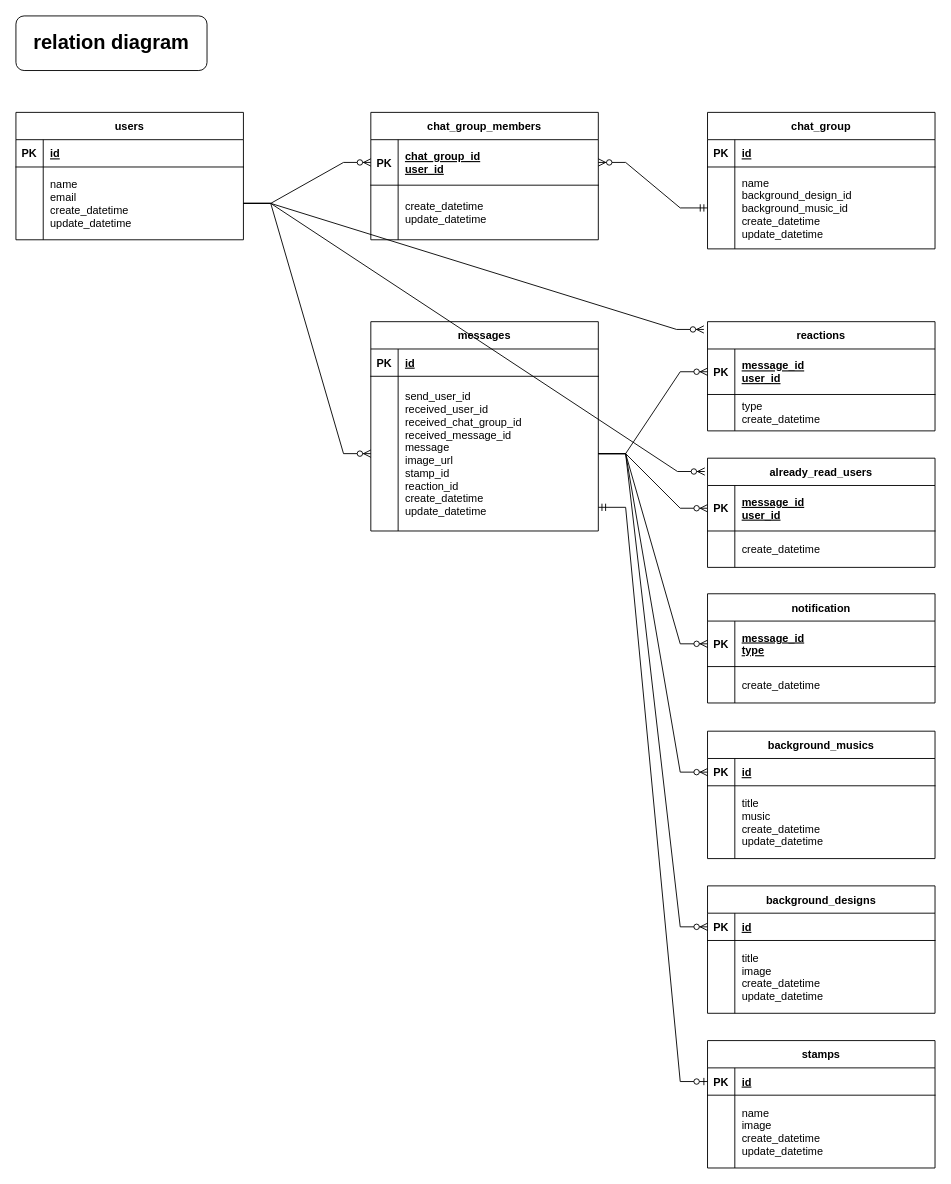
This is docs/data_models/data_model.drawio from mitsuaki1229/ChatFeature, a draw.io file, before an edit. Source tidied: cells renumbered, new cells numbered last; positions are measured from the earlier drawing's top-left corner, leaving out a move shared by most shapes. Both pictures are drawn from the tidied source at 91%, with x=0, y=0 at pixel (15, 15).
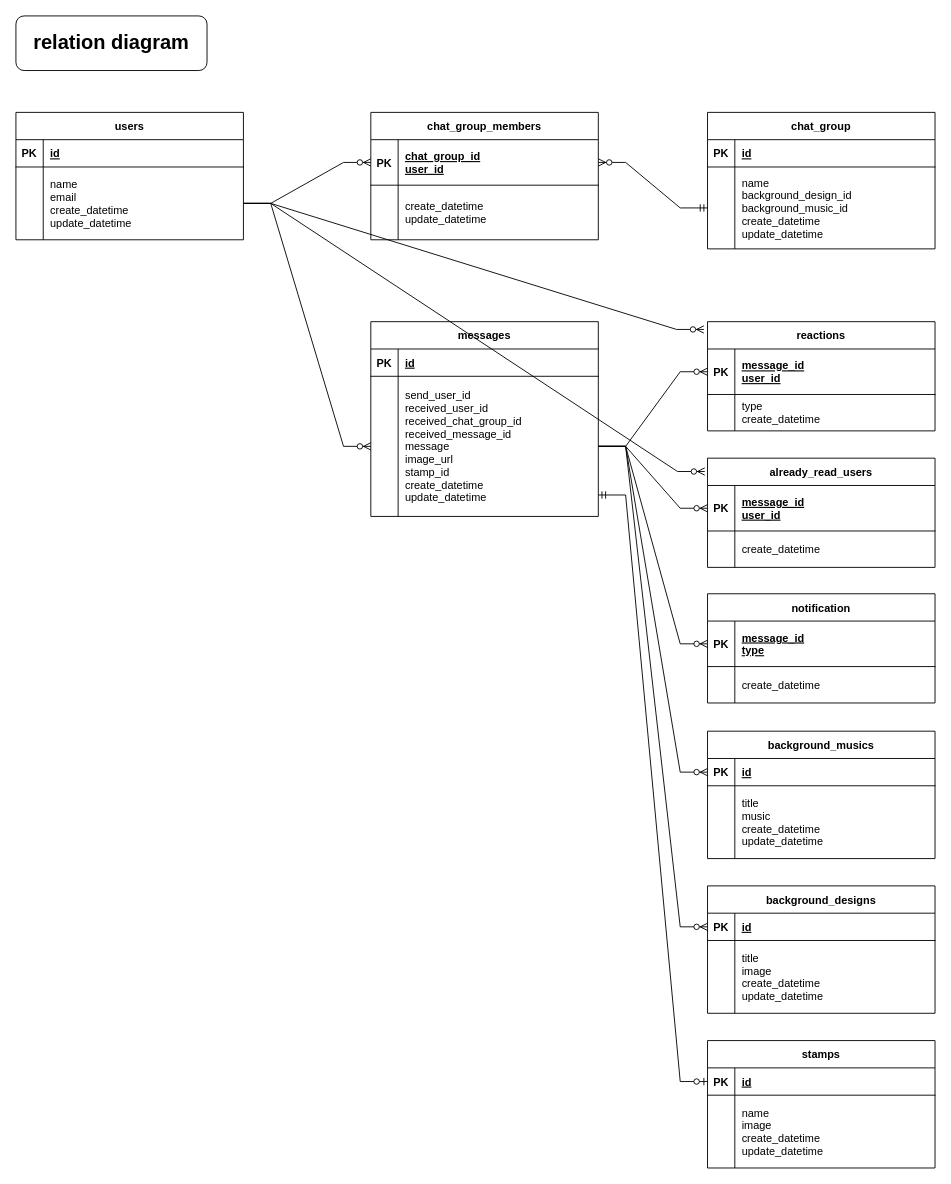
Above is the later version.

Change to the diagram source:
```diff
@@
     <mxCell id="23" value="messages" style="shape=table;startSize=30;childLayout=tableLayout;rowLines=0;fontStyle=1;align=center;" parent="1" vertex="1">
-      <mxGeometry x="390" y="336" width="250" height="230" as="geometry" />
+      <mxGeometry x="390" y="336" width="250" height="214" as="geometry" />
     </mxCell>
@@
     <mxCell id="27" style="shape=partialRectangle;fillColor=none;points=[[0,0.5],[1,0.5]];portConstraint=eastwest;top=0;left=0;right=0;bottom=0;" parent="23" vertex="1">
-      <mxGeometry y="60" width="250" height="170" as="geometry" />
+      <mxGeometry y="60" width="250" height="154" as="geometry" />
     </mxCell>
     <mxCell id="28" style="shape=partialRectangle;overflow=hidden;fillColor=none;top=0;left=0;bottom=0;right=0;" parent="27" vertex="1">
-      <mxGeometry width="30" height="170" as="geometry" />
+      <mxGeometry width="30" height="154" as="geometry" />
     </mxCell>
-    <mxCell id="29" value="send_user_id&#10;received_user_id&#10;received_chat_group_id&#10;received_message_id&#10;message&#10;image_url&#10;stamp_id&#10;reaction_id&#10;create_datetime&#10;update_datetime" style="shape=partialRectangle;overflow=hidden;fillColor=none;top=0;left=0;bottom=0;right=0;align=left;spacingLeft=6;" parent="27" vertex="1">
-      <mxGeometry x="30" width="220" height="170" as="geometry" />
+    <mxCell id="29" value="send_user_id&#10;received_user_id&#10;received_chat_group_id&#10;received_message_id&#10;message&#10;image_url&#10;stamp_id&#10;create_datetime&#10;update_datetime" style="shape=partialRectangle;overflow=hidden;fillColor=none;top=0;left=0;bottom=0;right=0;align=left;spacingLeft=6;" parent="27" vertex="1">
+      <mxGeometry x="30" width="220" height="154" as="geometry" />
     </mxCell>
```
